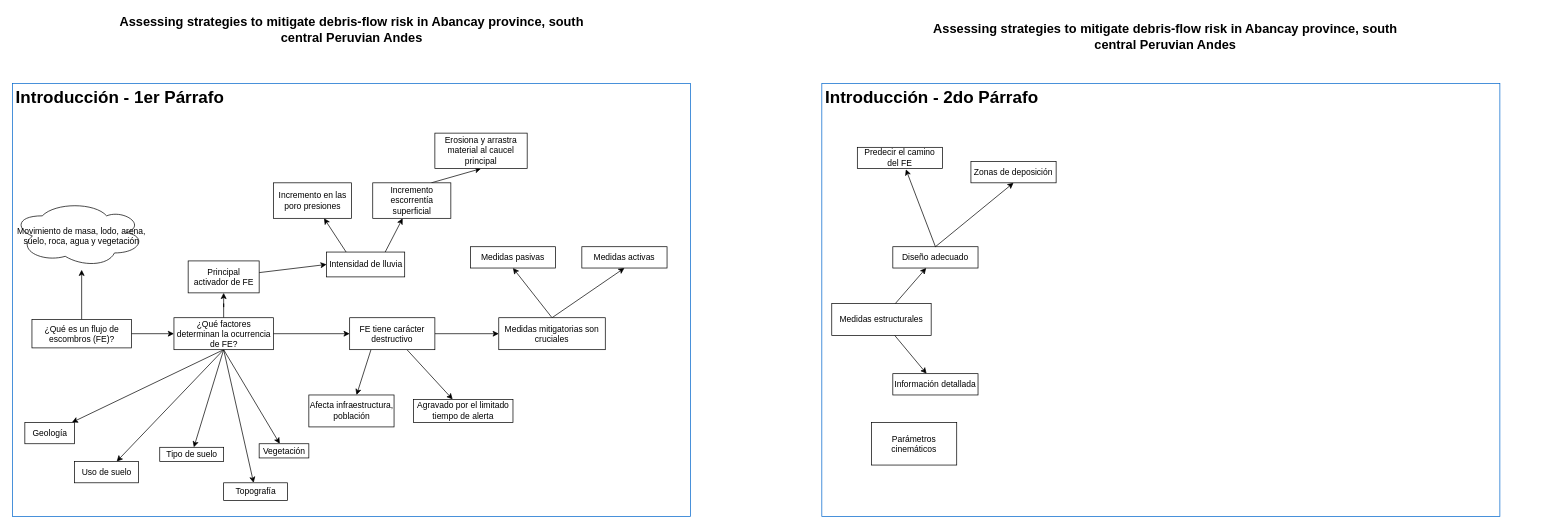
Above: Morata_2019_per_paragraph.drawio in YecoG23/chatbot (draw.io), before the change. Source tidied: cells renumbered, new cells numbered last; positions are measured from the earlier drawing's top-left corner, leaving out a move shared by most shapes. Both pictures are drawn from the tidied source at 71%, with x=0, y=0 at pixel (12, 12).
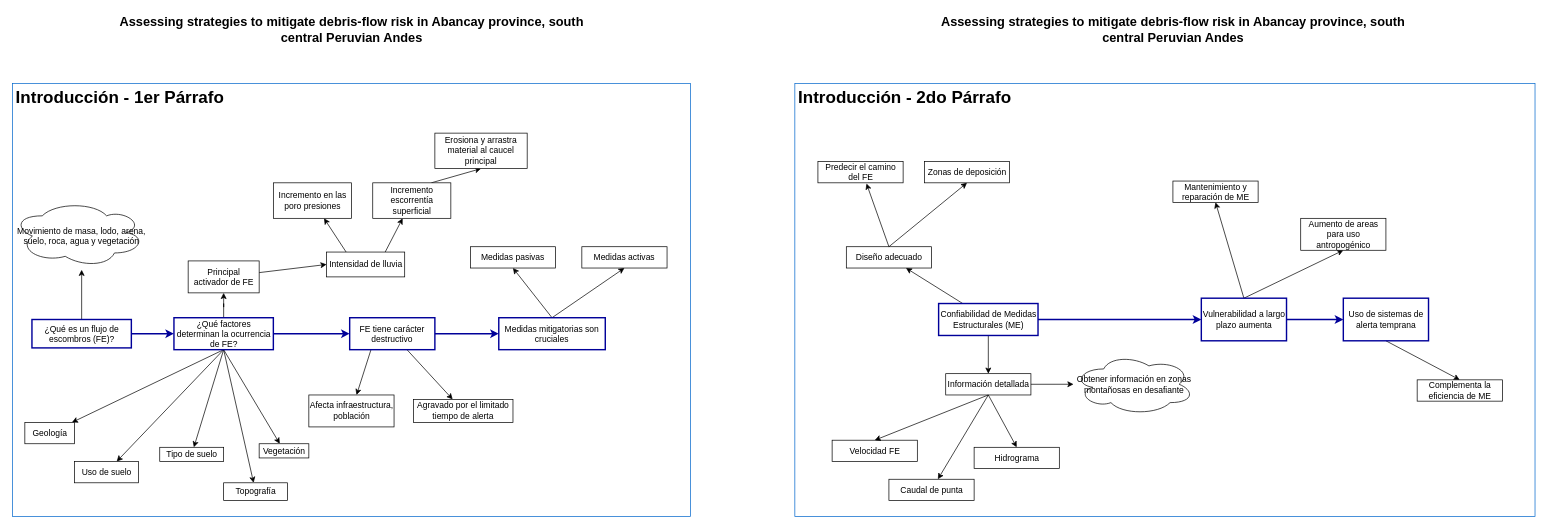
After the change.

The edit, as a diff of the source:
```diff
@@
-    <mxCell id="3" style="edgeStyle=orthogonalEdgeStyle;rounded=0;jettySize=auto;html=1;" parent="1" edge="1" source="5" target="16">
+    <mxCell id="3" style="edgeStyle=orthogonalEdgeStyle;rounded=0;jettySize=auto;html=1;strokeColor=#000099;strokeWidth=2;" parent="1" edge="1" source="5" target="16">
       <mxGeometry relative="1" as="geometry" />
     </mxCell>
@@
-    <mxCell id="5" value="¿Qué es un flujo de escombros (FE)?" style="rounded=0;whiteSpace=wrap;html=1;" parent="1" vertex="1">
+    <mxCell id="5" value="¿Qué es un flujo de escombros (FE)?" style="rounded=0;whiteSpace=wrap;html=1;strokeColor=#000099;strokeWidth=2;" parent="1" vertex="1">
       <mxGeometry x="27.5" y="432.5" width="140" height="40" as="geometry" />
     </mxCell>
@@
-    <mxCell id="15" style="edgeStyle=none;rounded=0;jettySize=auto;html=1;" parent="1" edge="1" source="16" target="35">
+    <mxCell id="15" style="edgeStyle=none;rounded=0;jettySize=auto;html=1;strokeColor=#000099;strokeWidth=2;" parent="1" edge="1" source="16" target="35">
       <mxGeometry relative="1" as="geometry" />
     </mxCell>
-    <mxCell id="16" value="¿Qué factores determinan la ocurrencia de FE?" style="rounded=0;whiteSpace=wrap;html=1;" parent="1" vertex="1">
+    <mxCell id="16" value="¿Qué factores determinan la ocurrencia de FE?" style="rounded=0;whiteSpace=wrap;html=1;strokeColor=#000099;strokeWidth=2;" parent="1" vertex="1">
       <mxGeometry x="227.5" y="430" width="140" height="45" as="geometry" />
     </mxCell>
@@
-    <mxCell id="34" style="edgeStyle=none;rounded=0;jettySize=auto;html=1;" parent="1" edge="1" source="35" target="40">
+    <mxCell id="34" style="edgeStyle=none;rounded=0;jettySize=auto;html=1;strokeColor=#000099;strokeWidth=2;" parent="1" edge="1" source="35" target="40">
       <mxGeometry relative="1" as="geometry" />
     </mxCell>
-    <mxCell id="35" value="FE tiene carácter destructivo" style="whiteSpace=wrap;html=1;rounded=0;" parent="1" vertex="1">
+    <mxCell id="35" value="FE tiene carácter destructivo" style="whiteSpace=wrap;html=1;rounded=0;strokeColor=#000099;strokeWidth=2;" parent="1" vertex="1">
       <mxGeometry x="475" y="430" width="120" height="45" as="geometry" />
     </mxCell>
@@
-    <mxCell id="40" value="Medidas mitigatorias son cruciales" style="whiteSpace=wrap;html=1;rounded=0;" parent="1" vertex="1">
+    <mxCell id="40" value="Medidas mitigatorias son cruciales" style="whiteSpace=wrap;html=1;rounded=0;strokeColor=#000099;strokeWidth=2;" parent="1" vertex="1">
       <mxGeometry x="685" y="430" width="150" height="45" as="geometry" />
     </mxCell>
@@
     <mxCell id="43" value="&lt;h1&gt;Introducción - 2do Párrafo&lt;/h1&gt;" style="text;html=1;spacing=5;spacingTop=-20;whiteSpace=wrap;overflow=hidden;rounded=0;strokeColor=#0066CC;" parent="1" vertex="1">
-      <mxGeometry x="1140" y="100" width="955" height="610" as="geometry" />
+      <mxGeometry x="1102" y="100" width="1042.5" height="610" as="geometry" />
     </mxCell>
     <mxCell id="44" value="&lt;div style=&quot;font-size: 18px&quot;&gt;&lt;font style=&quot;font-size: 18px&quot;&gt;&lt;b&gt;Assessing strategies to mitigate debris-flow risk in Abancay province,&amp;nbsp;&lt;/b&gt;&lt;/font&gt;&lt;b&gt;south central Peruvian Andes&lt;/b&gt;&lt;/div&gt;" style="text;html=1;strokeColor=none;fillColor=none;align=center;verticalAlign=middle;whiteSpace=wrap;rounded=0;" parent="1" vertex="1">
-      <mxGeometry x="1294" y="10" width="660" height="50" as="geometry" />
+      <mxGeometry x="1304.5" width="660" height="50" as="geometry" />
     </mxCell>
@@
+    <mxCell id="55" style="edgeStyle=none;rounded=0;jettySize=auto;html=1;strokeColor=#000099;strokeWidth=2;" parent="1" edge="1" source="47" target="66">
+      <mxGeometry relative="1" as="geometry" />
+    </mxCell>
-    <mxCell id="47" value="Medidas estructurales" style="rounded=0;whiteSpace=wrap;html=1;fillColor=none;" parent="1" vertex="1">
-      <mxGeometry x="1154" y="410" width="140" height="45" as="geometry" />
+    <mxCell id="47" value="Confiabilidad de Medidas Estructurales (ME)" style="rounded=0;whiteSpace=wrap;html=1;fillColor=none;strokeColor=#000099;strokeWidth=2;" parent="1" vertex="1">
+      <mxGeometry x="1304.5" y="410" width="140" height="45" as="geometry" />
     </mxCell>
@@
     <mxCell id="50" value="Diseño adecuado" style="rounded=0;whiteSpace=wrap;html=1;strokeColor=#000000;fillColor=none;" parent="1" vertex="1">
-      <mxGeometry x="1240" y="330" width="120" height="30" as="geometry" />
+      <mxGeometry x="1174.5" y="330" width="120" height="30" as="geometry" />
     </mxCell>
     <mxCell id="51" value="Predecir el camino del FE" style="rounded=0;whiteSpace=wrap;html=1;strokeColor=#000000;fillColor=none;" parent="1" vertex="1">
-      <mxGeometry x="1190" y="190" width="120" height="30" as="geometry" />
+      <mxGeometry x="1134.5" y="210" width="120" height="30" as="geometry" />
     </mxCell>
     <mxCell id="52" value="Zonas de deposición" style="rounded=0;whiteSpace=wrap;html=1;strokeColor=#000000;fillColor=none;" parent="1" vertex="1">
-      <mxGeometry x="1350" y="210" width="120" height="30" as="geometry" />
+      <mxGeometry x="1284.5" y="210" width="120" height="30" as="geometry" />
     </mxCell>
+    <mxCell id="56" style="rounded=0;jettySize=auto;html=1;exitX=0.5;exitY=1;exitDx=0;exitDy=0;entryX=0.5;entryY=0;entryDx=0;entryDy=0;" parent="1" edge="1" source="53" target="54">
+      <mxGeometry relative="1" as="geometry" />
+    </mxCell>
+    <mxCell id="57" style="edgeStyle=none;rounded=0;jettySize=auto;html=1;exitX=0.5;exitY=1;exitDx=0;exitDy=0;" parent="1" edge="1" source="53" target="60">
+      <mxGeometry relative="1" as="geometry" />
+    </mxCell>
+    <mxCell id="58" style="edgeStyle=none;rounded=0;jettySize=auto;html=1;exitX=0.5;exitY=1;exitDx=0;exitDy=0;entryX=0.5;entryY=0;entryDx=0;entryDy=0;" parent="1" edge="1" source="53" target="61">
+      <mxGeometry relative="1" as="geometry" />
+    </mxCell>
+    <mxCell id="59" style="edgeStyle=none;rounded=0;jettySize=auto;html=1;" parent="1" edge="1" source="53" target="62">
+      <mxGeometry relative="1" as="geometry" />
+    </mxCell>
     <mxCell id="53" value="Información detallada" style="whiteSpace=wrap;html=1;rounded=0;fillColor=none;" parent="1" vertex="1">
-      <mxGeometry x="1240" y="508.8" width="120" height="30" as="geometry" />
+      <mxGeometry x="1314.5" y="508.8" width="120" height="30" as="geometry" />
     </mxCell>
-    <mxCell id="54" value="Parámetros cinemáticos" style="rounded=0;whiteSpace=wrap;html=1;strokeColor=#000000;fillColor=none;" parent="1" vertex="1">
-      <mxGeometry x="1210" y="577.5" width="120" height="60" as="geometry" />
+    <mxCell id="54" value="Velocidad FE" style="rounded=0;whiteSpace=wrap;html=1;strokeColor=#000000;fillColor=none;" parent="1" vertex="1">
+      <mxGeometry x="1154.5" y="602.5" width="120" height="30" as="geometry" />
     </mxCell>
+    <mxCell id="60" value="Caudal de punta" style="rounded=0;whiteSpace=wrap;html=1;strokeColor=#000000;fillColor=none;" parent="1" vertex="1">
+      <mxGeometry x="1234.5" y="657.5" width="120" height="30" as="geometry" />
+    </mxCell>
+    <mxCell id="61" value="Hidrograma" style="rounded=0;whiteSpace=wrap;html=1;strokeColor=#000000;fillColor=none;" parent="1" vertex="1">
+      <mxGeometry x="1354.5" y="612.5" width="120" height="30" as="geometry" />
+    </mxCell>
+    <mxCell id="62" value="Obtener información en zonas montañosas en desafiante" style="ellipse;shape=cloud;whiteSpace=wrap;html=1;rounded=0;fillColor=none;" parent="1" vertex="1">
+      <mxGeometry x="1494.5" y="480.6" width="170" height="86.2" as="geometry" />
+    </mxCell>
+    <mxCell id="63" style="edgeStyle=none;rounded=0;jettySize=auto;html=1;exitX=0.5;exitY=0;exitDx=0;exitDy=0;entryX=0.5;entryY=1;entryDx=0;entryDy=0;" parent="1" edge="1" source="66" target="67">
+      <mxGeometry relative="1" as="geometry" />
+    </mxCell>
+    <mxCell id="64" style="edgeStyle=none;rounded=0;jettySize=auto;html=1;exitX=0.5;exitY=0;exitDx=0;exitDy=0;entryX=0.5;entryY=1;entryDx=0;entryDy=0;" parent="1" edge="1" source="66" target="68">
+      <mxGeometry relative="1" as="geometry" />
+    </mxCell>
+    <mxCell id="65" style="edgeStyle=none;rounded=0;jettySize=auto;html=1;strokeColor=#000099;strokeWidth=2;" parent="1" edge="1" source="66" target="70">
+      <mxGeometry relative="1" as="geometry" />
+    </mxCell>
+    <mxCell id="66" value="Vulnerabilidad a largo plazo aumenta" style="whiteSpace=wrap;html=1;rounded=0;fillColor=none;strokeColor=#000099;strokeWidth=2;" parent="1" vertex="1">
+      <mxGeometry x="1674.5" y="402.5" width="120" height="60" as="geometry" />
+    </mxCell>
+    <mxCell id="67" value="Mantenimiento y reparación de ME" style="rounded=0;whiteSpace=wrap;html=1;" parent="1" vertex="1">
+      <mxGeometry x="1634.5" y="237.5" width="120" height="30" as="geometry" />
+    </mxCell>
+    <mxCell id="68" value="Aumento de areas para uso antropogénico" style="rounded=0;whiteSpace=wrap;html=1;" parent="1" vertex="1">
+      <mxGeometry x="1814.5" y="290" width="120" height="45" as="geometry" />
+    </mxCell>
+    <mxCell id="69" style="edgeStyle=none;rounded=0;jettySize=auto;html=1;exitX=0.5;exitY=1;exitDx=0;exitDy=0;entryX=0.5;entryY=0;entryDx=0;entryDy=0;" parent="1" edge="1" source="70" target="71">
+      <mxGeometry relative="1" as="geometry" />
+    </mxCell>
+    <mxCell id="70" value="Uso de sistemas de alerta temprana" style="whiteSpace=wrap;html=1;rounded=0;fillColor=none;strokeColor=#000099;strokeWidth=2;" parent="1" vertex="1">
+      <mxGeometry x="1874.5" y="402.5" width="120" height="60" as="geometry" />
+    </mxCell>
+    <mxCell id="71" value="Complementa la eficiencia de ME" style="rounded=0;whiteSpace=wrap;html=1;" parent="1" vertex="1">
+      <mxGeometry x="1978.5" y="517.5" width="120" height="30" as="geometry" />
+    </mxCell>
```
